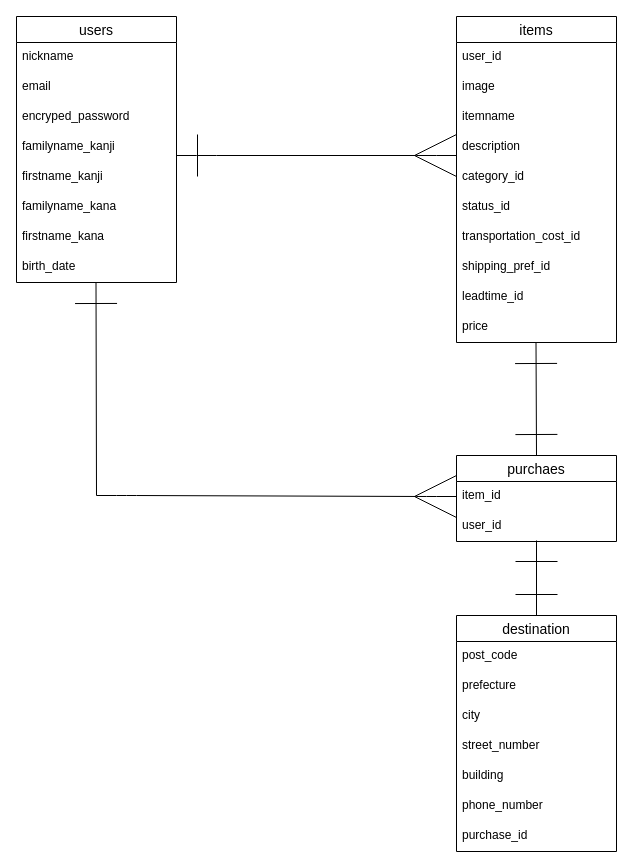
Above: erchart.dio in rea1ism/furima-37846 (draw.io), before the change. Source tidied: cells renumbered, new cells numbered last; positions are measured from the earlier drawing's top-left corner, leaving out a move shared by most shapes. Both pictures are drawn from the tidied source at 100%, with x=0, y=0 at pixel (16, 16).
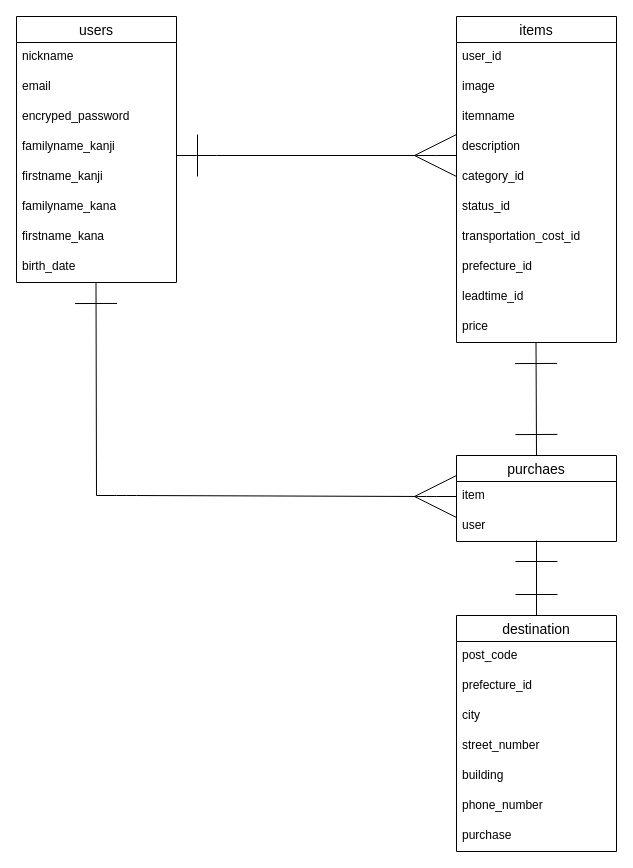
Above is the later version.

Commit message (it also covers changes not shown here):
データベース設計4th

The change refers to these unchanged cells:
```xml
<mxCell id="2" value="purchaes" style="swimlane;fontStyle=0;horizontal=1;startSize=26;align=center;fontSize=14;" parent="1" vertex="1">
  <mxGeometry x="440" y="439" width="160" height="86" as="geometry" />
</mxCell>
<mxCell id="5" value="items" style="swimlane;fontStyle=0;horizontal=1;startSize=26;align=center;fontSize=14;" parent="1" vertex="1">
  <mxGeometry x="440" width="160" height="326" as="geometry" />
</mxCell>
<mxCell id="27" value="destination" style="swimlane;fontStyle=0;horizontal=1;startSize=26;align=center;fontSize=14;" parent="1" vertex="1">
  <mxGeometry x="440" y="599" width="160" height="236" as="geometry" />
</mxCell>
```

Change to the diagram source:
```diff
@@
-    <mxCell id="3" value="item_id" style="text;strokeColor=none;fillColor=none;spacingLeft=4;spacingRight=4;overflow=hidden;points=[[0,0.5],[1,0.5]];portConstraint=eastwest;fontSize=12;" parent="2" vertex="1">
+    <mxCell id="3" value="item" style="text;strokeColor=none;fillColor=none;spacingLeft=4;spacingRight=4;overflow=hidden;points=[[0,0.5],[1,0.5]];portConstraint=eastwest;fontSize=12;" parent="2" vertex="1">
       <mxGeometry y="26" width="160" height="30" as="geometry" />
     </mxCell>
-    <mxCell id="4" value="user_id" style="text;strokeColor=none;fillColor=none;spacingLeft=4;spacingRight=4;overflow=hidden;fontSize=12;" parent="2" vertex="1">
+    <mxCell id="4" value="user" style="text;strokeColor=none;fillColor=none;spacingLeft=4;spacingRight=4;overflow=hidden;fontSize=12;" parent="2" vertex="1">
       <mxGeometry y="56" width="160" height="30" as="geometry" />
     </mxCell>
@@
-    <mxCell id="13" value="shipping_pref_id" style="text;strokeColor=none;fillColor=none;spacingLeft=4;spacingRight=4;overflow=hidden;fontSize=12;" parent="5" vertex="1">
+    <mxCell id="13" value="prefecture_id" style="text;strokeColor=none;fillColor=none;spacingLeft=4;spacingRight=4;overflow=hidden;fontSize=12;" parent="5" vertex="1">
       <mxGeometry y="236" width="160" height="30" as="geometry" />
     </mxCell>
@@
-    <mxCell id="29" value="prefecture" style="text;strokeColor=none;fillColor=none;spacingLeft=4;spacingRight=4;overflow=hidden;fontSize=12;" parent="27" vertex="1">
+    <mxCell id="29" value="prefecture_id" style="text;strokeColor=none;fillColor=none;spacingLeft=4;spacingRight=4;overflow=hidden;fontSize=12;" parent="27" vertex="1">
       <mxGeometry y="56" width="160" height="30" as="geometry" />
     </mxCell>
@@
-    <mxCell id="34" value="purchase_id" style="text;strokeColor=none;fillColor=none;spacingLeft=4;spacingRight=4;overflow=hidden;fontSize=12;" parent="27" vertex="1">
+    <mxCell id="34" value="purchase" style="text;strokeColor=none;fillColor=none;spacingLeft=4;spacingRight=4;overflow=hidden;fontSize=12;" parent="27" vertex="1">
       <mxGeometry y="206" width="160" height="30" as="geometry" />
     </mxCell>
```
